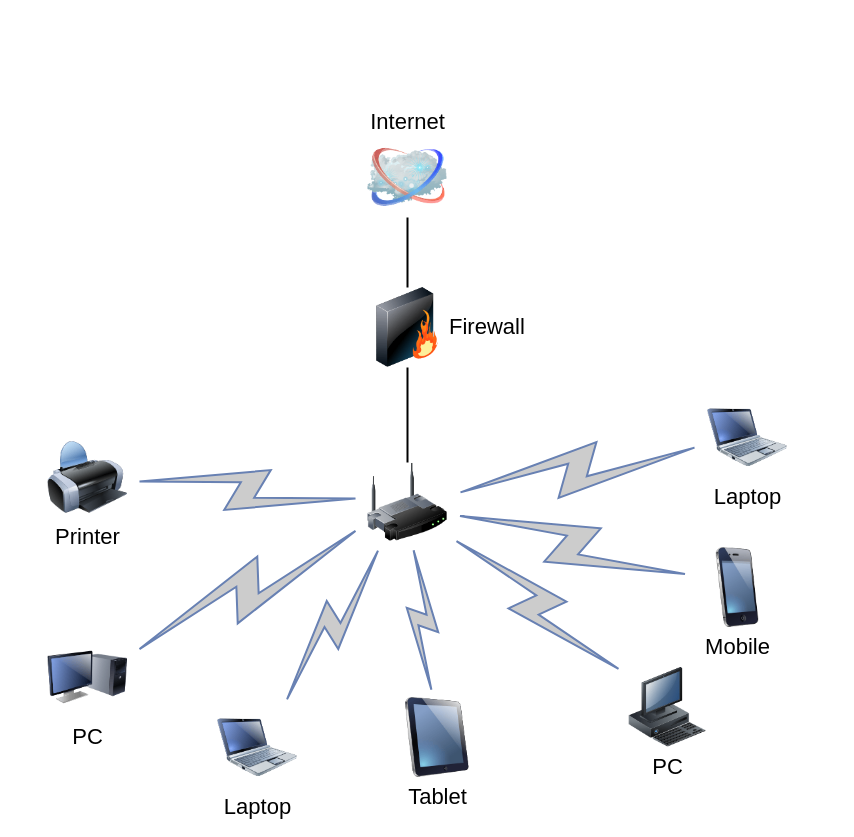
yeetboi122/hii keeps this draw.io diagram as Untitled Diagram.drawio. Above is the earlier version. Source tidied: cells renumbered, new cells numbered last; positions are measured from the earlier drawing's top-left corner, leaving out a move shared by most shapes. Both pictures are drawn from the tidied source at 100%, with x=0, y=0 at pixel (47, 137).
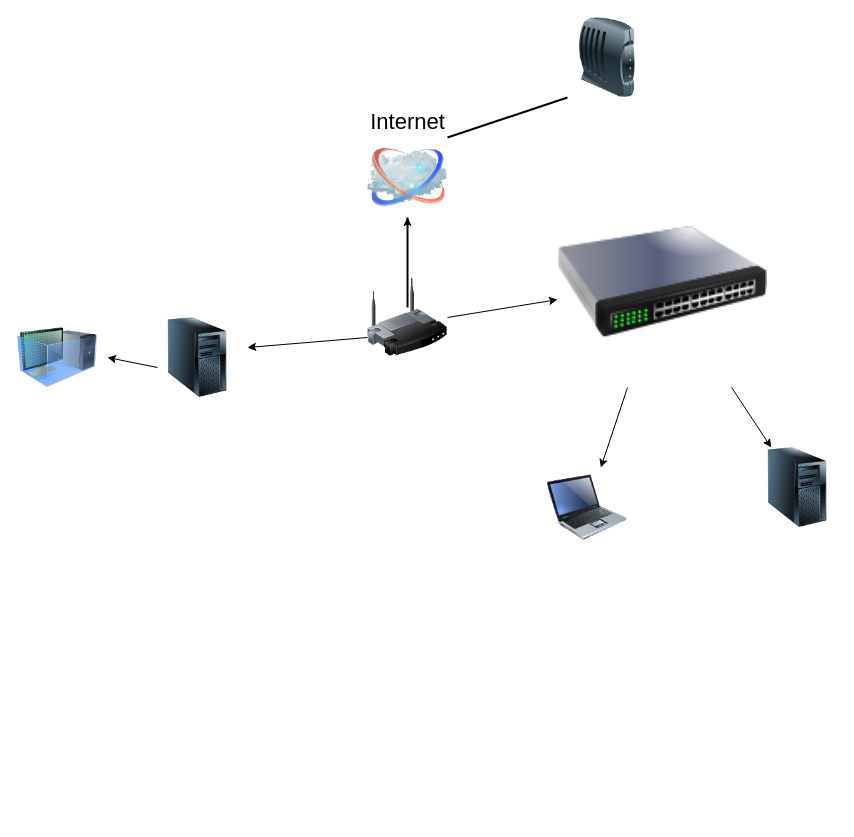
After the change.

Unchanged cells that the change refers to:
```xml
<mxCell id="4" value="Internet" style="image;html=1;labelBackgroundColor=#ffffff;image=img/lib/clip_art/networking/Cloud_128x128.png;rounded=1;shadow=0;comic=0;strokeWidth=2;fontSize=22;labelPosition=center;verticalLabelPosition=top;align=center;verticalAlign=bottom;" parent="1" vertex="1">
  <mxGeometry x="320" width="80" height="80" as="geometry" />
</mxCell>
```

The edit, as a diff of the source:
```diff
@@
-    <mxCell id="2" style="edgeStyle=none;rounded=0;html=1;labelBackgroundColor=none;endArrow=none;strokeWidth=2;fontFamily=Verdana;fontSize=22;" parent="1" edge="1" source="3" target="6">
+    <mxCell id="2" style="edgeStyle=none;rounded=0;html=1;labelBackgroundColor=none;endArrow=none;strokeWidth=2;fontFamily=Verdana;fontSize=22;entryX=0;entryY=1;entryDx=0;entryDy=0;exitX=1;exitY=0;exitDx=0;exitDy=0;" parent="1" edge="1" source="4" target="22">
       <mxGeometry relative="1" as="geometry" />
     </mxCell>
+    <mxCell id="21" style="edgeStyle=orthogonalEdgeStyle;rounded=0;jettySize=auto;html=1;" parent="1" edge="1" source="3" target="4">
+      <mxGeometry relative="1" as="geometry" />
+    </mxCell>
     <mxCell id="3" style="image;html=1;labelBackgroundColor=#ffffff;image=img/lib/clip_art/networking/Wireless_Router_128x128.png;rounded=1;shadow=0;comic=0;strokeWidth=2;fontSize=22;" parent="1" vertex="1">
-      <mxGeometry x="320" y="325" width="80" height="80" as="geometry" />
+      <mxGeometry x="320" y="140" width="80" height="80" as="geometry" />
     </mxCell>
@@
-    <mxCell id="5" style="edgeStyle=none;rounded=0;html=1;labelBackgroundColor=none;endArrow=none;strokeWidth=2;fontFamily=Verdana;fontSize=22;" parent="1" edge="1" source="6" target="4">
-      <mxGeometry relative="1" as="geometry" />
+    <mxCell id="5" style="edgeStyle=none;rounded=0;html=1;labelBackgroundColor=none;endArrow=none;strokeWidth=2;fontFamily=Verdana;fontSize=22;" parent="1" edge="1" target="4">
+      <mxGeometry relative="1" as="geometry">
+        <mxPoint x="360" y="170" as="sourcePoint" />
+      </mxGeometry>
     </mxCell>
-    <mxCell id="6" value="Firewall" style="image;html=1;labelBackgroundColor=#ffffff;image=img/lib/clip_art/networking/Firewall_128x128.png;rounded=1;shadow=0;comic=0;strokeWidth=2;fontSize=22;labelPosition=right;verticalLabelPosition=middle;align=left;verticalAlign=middle;" parent="1" vertex="1">
-      <mxGeometry x="320" y="150" width="80" height="80" as="geometry" />
-    </mxCell>
-    <mxCell id="7" value="Tablet" style="image;html=1;labelBackgroundColor=#ffffff;image=img/lib/clip_art/computers/iPad_128x128.png;rounded=1;shadow=0;comic=0;strokeWidth=2;fontSize=22;" parent="1" vertex="1">
-      <mxGeometry x="350" y="560" width="80" height="80" as="geometry" />
-    </mxCell>
-    <mxCell id="8" value="PC" style="image;html=1;labelBackgroundColor=#ffffff;image=img/lib/clip_art/computers/Monitor_Tower_128x128.png;rounded=1;shadow=0;comic=0;strokeWidth=2;fontSize=22;" parent="1" vertex="1">
-      <mxGeometry y="500" width="80" height="80" as="geometry" />
-    </mxCell>
-    <mxCell id="9" value="Printer" style="image;html=1;labelBackgroundColor=#ffffff;image=img/lib/clip_art/computers/Printer_128x128.png;rounded=1;shadow=0;comic=0;strokeWidth=2;fontSize=22;" parent="1" vertex="1">
-      <mxGeometry y="300" width="80" height="80" as="geometry" />
-    </mxCell>
-    <mxCell id="10" value="PC" style="image;html=1;labelBackgroundColor=#ffffff;image=img/lib/clip_art/computers/Workstation_128x128.png;rounded=1;shadow=0;comic=0;strokeWidth=2;fontSize=22;" parent="1" vertex="1">
-      <mxGeometry x="580" y="530" width="80" height="80" as="geometry" />
-    </mxCell>
-    <mxCell id="11" value="Mobile" style="image;html=1;labelBackgroundColor=#ffffff;image=img/lib/clip_art/telecommunication/iPhone_128x128.png;rounded=1;shadow=0;comic=0;strokeWidth=2;fontSize=22;" parent="1" vertex="1">
-      <mxGeometry x="650" y="410" width="80" height="80" as="geometry" />
-    </mxCell>
-    <mxCell id="12" value="Laptop" style="image;html=1;labelBackgroundColor=#ffffff;image=img/lib/clip_art/computers/Netbook_128x128.png;rounded=1;shadow=0;comic=0;strokeColor=#000000;strokeWidth=2;fillColor=#FFFFFF;fontSize=22;fontColor=#000000;" parent="1" vertex="1">
-      <mxGeometry x="660" y="260" width="80" height="80" as="geometry" />
-    </mxCell>
-    <mxCell id="13" value="Laptop" style="image;html=1;labelBackgroundColor=#ffffff;image=img/lib/clip_art/computers/Netbook_128x128.png;rounded=1;shadow=0;comic=0;strokeWidth=2;fontSize=22;" parent="1" vertex="1">
-      <mxGeometry x="170" y="570" width="80" height="80" as="geometry" />
-    </mxCell>
-    <mxCell id="14" style="html=1;fillColor=#CCCCCC;strokeColor=#6881B3;gradientColor=none;gradientDirection=north;strokeWidth=2;shape=mxgraph.networks.comm_link_edge;html=1;labelBackgroundColor=none;endArrow=none;fontFamily=Verdana;fontSize=22;fontColor=#000000;" parent="1" edge="1" source="9" target="3">
-      <mxGeometry relative="1" as="geometry" />
-    </mxCell>
-    <mxCell id="15" style="html=1;fillColor=#CCCCCC;strokeColor=#6881B3;gradientColor=none;gradientDirection=north;strokeWidth=2;shape=mxgraph.networks.comm_link_edge;html=1;labelBackgroundColor=none;endArrow=none;fontFamily=Verdana;fontSize=22;fontColor=#000000;fontStyle=1;" parent="1" edge="1" source="8" target="3">
-      <mxGeometry relative="1" as="geometry" />
-    </mxCell>
-    <mxCell id="16" style="html=1;fillColor=#CCCCCC;strokeColor=#6881B3;gradientColor=none;gradientDirection=north;strokeWidth=2;shape=mxgraph.networks.comm_link_edge;html=1;labelBackgroundColor=none;endArrow=none;fontFamily=Verdana;fontSize=22;fontColor=#000000;" parent="1" edge="1" source="13" target="3">
-      <mxGeometry relative="1" as="geometry" />
-    </mxCell>
-    <mxCell id="17" style="html=1;fillColor=#CCCCCC;strokeColor=#6881B3;gradientColor=none;gradientDirection=north;strokeWidth=2;shape=mxgraph.networks.comm_link_edge;html=1;labelBackgroundColor=none;endArrow=none;fontFamily=Verdana;fontSize=22;fontColor=#000000;" parent="1" edge="1" source="7" target="3">
-      <mxGeometry relative="1" as="geometry" />
-    </mxCell>
-    <mxCell id="18" style="html=1;fillColor=#CCCCCC;strokeColor=#6881B3;gradientColor=none;gradientDirection=north;strokeWidth=2;shape=mxgraph.networks.comm_link_edge;html=1;labelBackgroundColor=none;endArrow=none;fontFamily=Verdana;fontSize=22;fontColor=#000000;" parent="1" edge="1" source="10" target="3">
-      <mxGeometry relative="1" as="geometry" />
-    </mxCell>
-    <mxCell id="19" style="html=1;fillColor=#CCCCCC;strokeColor=#6881B3;gradientColor=none;gradientDirection=north;strokeWidth=2;shape=mxgraph.networks.comm_link_edge;html=1;labelBackgroundColor=none;endArrow=none;fontFamily=Verdana;fontSize=22;fontColor=#000000;" parent="1" edge="1" source="11" target="3">
-      <mxGeometry relative="1" as="geometry" />
-    </mxCell>
-    <mxCell id="20" style="html=1;fillColor=#CCCCCC;strokeColor=#6881B3;gradientColor=none;gradientDirection=north;strokeWidth=2;shape=mxgraph.networks.comm_link_edge;html=1;labelBackgroundColor=none;endArrow=none;fontFamily=Verdana;fontSize=22;fontColor=#000000;" parent="1" edge="1" source="12" target="3">
-      <mxGeometry relative="1" as="geometry" />
-    </mxCell>
+    <mxCell id="22" style="image;html=1;image=img/lib/clip_art/networking/Modem_128x128.png;" parent="1" vertex="1">
+      <mxGeometry x="520" y="-120" width="80" height="80" as="geometry" />
+    </mxCell>
+    <mxCell id="23" style="image;html=1;image=img/lib/clip_art/networking/Switch_128x128.png;" parent="1" vertex="1">
+      <mxGeometry x="510" y="40" width="210" height="210" as="geometry" />
+    </mxCell>
+    <mxCell id="24" style="endArrow=classic;html=1;rounded=0;exitX=1;exitY=0.5;exitDx=0;exitDy=0;" parent="1" edge="1" source="3" target="23">
+      <mxGeometry relative="1" as="geometry" />
+    </mxCell>
+    <mxCell id="25" style="endArrow=classic;html=1;rounded=0;" parent="1" edge="1" source="23" target="26">
+      <mxGeometry relative="1" as="geometry" />
+    </mxCell>
+    <mxCell id="26" style="image;html=1;image=img/lib/clip_art/computers/Laptop_128x128.png;" parent="1" vertex="1">
+      <mxGeometry x="500" y="330" width="80" height="80" as="geometry" />
+    </mxCell>
+    <mxCell id="27" style="endArrow=classic;html=1;rounded=0;" parent="1" edge="1" source="23" target="28">
+      <mxGeometry relative="1" as="geometry" />
+    </mxCell>
+    <mxCell id="28" style="image;html=1;image=img/lib/clip_art/computers/Server_Tower_128x128.png;" parent="1" vertex="1">
+      <mxGeometry x="710" y="310" width="80" height="80" as="geometry" />
+    </mxCell>
+    <mxCell id="29" style="image;html=1;image=img/lib/clip_art/computers/Server_Tower_128x128.png;" parent="1" vertex="1">
+      <mxGeometry x="110" y="180" width="80" height="80" as="geometry" />
+    </mxCell>
+    <mxCell id="30" style="endArrow=classic;html=1;rounded=0;exitX=0;exitY=0.75;exitDx=0;exitDy=0;" parent="1" edge="1" source="3">
+      <mxGeometry relative="1" as="geometry">
+        <mxPoint x="200" y="210" as="targetPoint" />
+      </mxGeometry>
+    </mxCell>
+    <mxCell id="31" style="image;html=1;image=img/lib/clip_art/computers/Virtual_Machine_128x128.png;" parent="1" vertex="1">
+      <mxGeometry x="-30" y="180" width="80" height="80" as="geometry" />
+    </mxCell>
+    <mxCell id="32" style="endArrow=classic;html=1;rounded=0;exitX=0;exitY=0.625;exitDx=0;exitDy=0;exitPerimeter=0;" parent="1" edge="1" source="29">
+      <mxGeometry relative="1" as="geometry">
+        <mxPoint x="60" y="220" as="targetPoint" />
+      </mxGeometry>
+    </mxCell>
```
